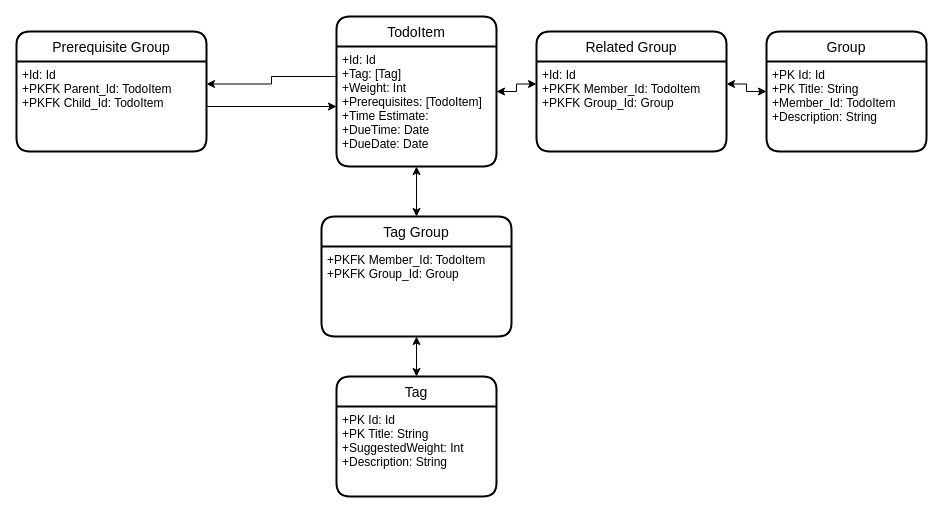
Earlier version of the draw.io diagram page "Database" (1 of 4) of database mockup.drawio (ChristopherCautivar/simple-todo-webapp). Source tidied: cells renumbered, new cells numbered last; positions are measured from the earlier drawing's top-left corner, leaving out a move shared by most shapes. Both pictures are drawn from the tidied source at 100%, with x=0, y=0 at pixel (16, 16).
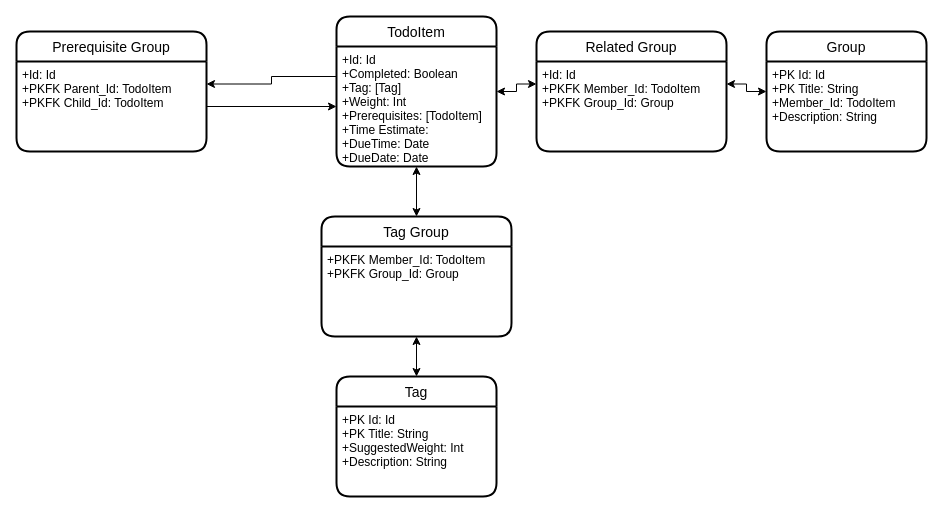
The same diagram, later.

Commit message:
updated database mockup file

What changed in the source:
```diff
@@
 <mxGraphModel>
   <root>
     <mxCell id="0" />
     <mxCell id="1" parent="0" />
     <mxCell id="2" style="edgeStyle=orthogonalEdgeStyle;rounded=0;jettySize=auto;html=1;entryX=0;entryY=0.25;entryDx=0;entryDy=0;startArrow=classic;startFill=1;" parent="1" edge="1" source="3" target="11">
       <mxGeometry relative="1" as="geometry" />
     </mxCell>
     <mxCell id="3" value="TodoItem" style="swimlane;horizontal=1;startSize=30;rounded=1;fontSize=14;fontStyle=0;strokeWidth=2;shadow=0;dashed=0;align=center;" parent="1" vertex="1">
       <mxGeometry x="320" width="160" height="150" as="geometry" />
     </mxCell>
-    <mxCell id="4" value="+Id: Id&#10;+Tag: [Tag]&#10;+Weight: Int&#10;+Prerequisites: [TodoItem]&#10;+Time Estimate:&#10;+DueTime: Date&#10;+DueDate: Date" style="align=left;strokeColor=none;fillColor=none;spacingLeft=4;fontSize=12;verticalAlign=top;" parent="3" vertex="1">
+    <mxCell id="4" value="+Id: Id&#10;+Completed: Boolean&#10;+Tag: [Tag]&#10;+Weight: Int&#10;+Prerequisites: [TodoItem]&#10;+Time Estimate:&#10;+DueTime: Date&#10;+DueDate: Date" style="align=left;strokeColor=none;fillColor=none;spacingLeft=4;fontSize=12;verticalAlign=top;" parent="3" vertex="1">
       <mxGeometry y="30" width="160" height="120" as="geometry" />
     </mxCell>
     <mxCell id="5" value="Tag" style="swimlane;horizontal=1;startSize=30;rounded=1;fontSize=14;fontStyle=0;strokeWidth=2;shadow=0;dashed=0;align=center;" parent="1" vertex="1">
       <mxGeometry x="320" y="360" width="160" height="120" as="geometry" />
     </mxCell>
     <mxCell id="6" value="+PK Id: Id&#10;+PK Title: String&#10;+SuggestedWeight: Int&#10;+Description: String" style="align=left;strokeColor=none;fillColor=none;spacingLeft=4;fontSize=12;verticalAlign=top;" parent="5" vertex="1">
       <mxGeometry y="30" width="160" height="90" as="geometry" />
     </mxCell>
     <mxCell id="7" style="edgeStyle=orthogonalEdgeStyle;rounded=0;jettySize=auto;html=1;exitX=1;exitY=0.25;exitDx=0;exitDy=0;startArrow=classic;startFill=1;" parent="1" edge="1" source="11" target="8">
       <mxGeometry relative="1" as="geometry" />
     </mxCell>
     <mxCell id="8" value="Group" style="swimlane;horizontal=1;startSize=30;rounded=1;fontSize=14;fontStyle=0;strokeWidth=2;shadow=0;dashed=0;align=center;" parent="1" vertex="1">
       <mxGeometry x="750" y="15" width="160" height="120" as="geometry" />
     </mxCell>
     <mxCell id="9" value="+PK Id: Id&#10;+PK Title: String&#10;+Member_Id: TodoItem&#10;+Description: String" style="align=left;strokeColor=none;fillColor=none;spacingLeft=4;fontSize=12;verticalAlign=top;" parent="8" vertex="1">
       <mxGeometry y="30" width="160" height="90" as="geometry" />
     </mxCell>
     <mxCell id="10" value="Related Group" style="swimlane;horizontal=1;startSize=30;rounded=1;fontSize=14;fontStyle=0;strokeWidth=2;shadow=0;dashed=0;align=center;" parent="1" vertex="1">
       <mxGeometry x="520" y="15" width="190" height="120" as="geometry" />
     </mxCell>
     <mxCell id="11" value="+Id: Id&#10;+PKFK Member_Id: TodoItem&#10;+PKFK Group_Id: Group" style="align=left;strokeColor=none;fillColor=none;spacingLeft=4;fontSize=12;verticalAlign=top;" parent="10" vertex="1">
       <mxGeometry y="30" width="190" height="90" as="geometry" />
     </mxCell>
     <mxCell id="12" value="Tag Group" style="swimlane;horizontal=1;startSize=30;rounded=1;fontSize=14;fontStyle=0;strokeWidth=2;shadow=0;dashed=0;align=center;" parent="1" vertex="1">
       <mxGeometry x="305" y="200" width="190" height="120" as="geometry" />
     </mxCell>
     <mxCell id="13" value="+PKFK Member_Id: TodoItem&#10;+PKFK Group_Id: Group" style="align=left;strokeColor=none;fillColor=none;spacingLeft=4;fontSize=12;verticalAlign=top;" parent="12" vertex="1">
       <mxGeometry y="30" width="190" height="90" as="geometry" />
     </mxCell>
     <mxCell id="14" value="Prerequisite Group" style="swimlane;horizontal=1;startSize=30;rounded=1;fontSize=14;fontStyle=0;strokeWidth=2;shadow=0;dashed=0;align=center;" parent="1" vertex="1">
       <mxGeometry y="15" width="190" height="120" as="geometry" />
     </mxCell>
     <mxCell id="15" value="+Id: Id&#10;+PKFK Parent_Id: TodoItem&#10;+PKFK Child_Id: TodoItem" style="align=left;strokeColor=none;fillColor=none;spacingLeft=4;fontSize=12;verticalAlign=top;" parent="14" vertex="1">
       <mxGeometry y="30" width="190" height="90" as="geometry" />
     </mxCell>
     <mxCell id="16" style="edgeStyle=orthogonalEdgeStyle;rounded=0;jettySize=auto;html=1;exitX=0;exitY=0.25;exitDx=0;exitDy=0;entryX=1;entryY=0.25;entryDx=0;entryDy=0;" parent="1" edge="1" source="4" target="15">
       <mxGeometry relative="1" as="geometry" />
     </mxCell>
     <mxCell id="17" style="edgeStyle=orthogonalEdgeStyle;rounded=0;jettySize=auto;html=1;exitX=1;exitY=0.5;exitDx=0;exitDy=0;entryX=0;entryY=0.5;entryDx=0;entryDy=0;" parent="1" edge="1" source="15" target="4">
       <mxGeometry relative="1" as="geometry" />
     </mxCell>
     <mxCell id="18" style="edgeStyle=orthogonalEdgeStyle;rounded=0;jettySize=auto;html=1;exitX=0.5;exitY=1;exitDx=0;exitDy=0;entryX=0.5;entryY=0;entryDx=0;entryDy=0;startArrow=classic;startFill=1;" parent="1" edge="1" source="4" target="12">
       <mxGeometry relative="1" as="geometry" />
     </mxCell>
     <mxCell id="19" style="edgeStyle=orthogonalEdgeStyle;rounded=0;jettySize=auto;html=1;exitX=0.5;exitY=1;exitDx=0;exitDy=0;entryX=0.5;entryY=0;entryDx=0;entryDy=0;startArrow=classic;startFill=1;" parent="1" edge="1" source="13" target="5">
       <mxGeometry relative="1" as="geometry" />
     </mxCell>
   </root>
 </mxGraphModel>
```
